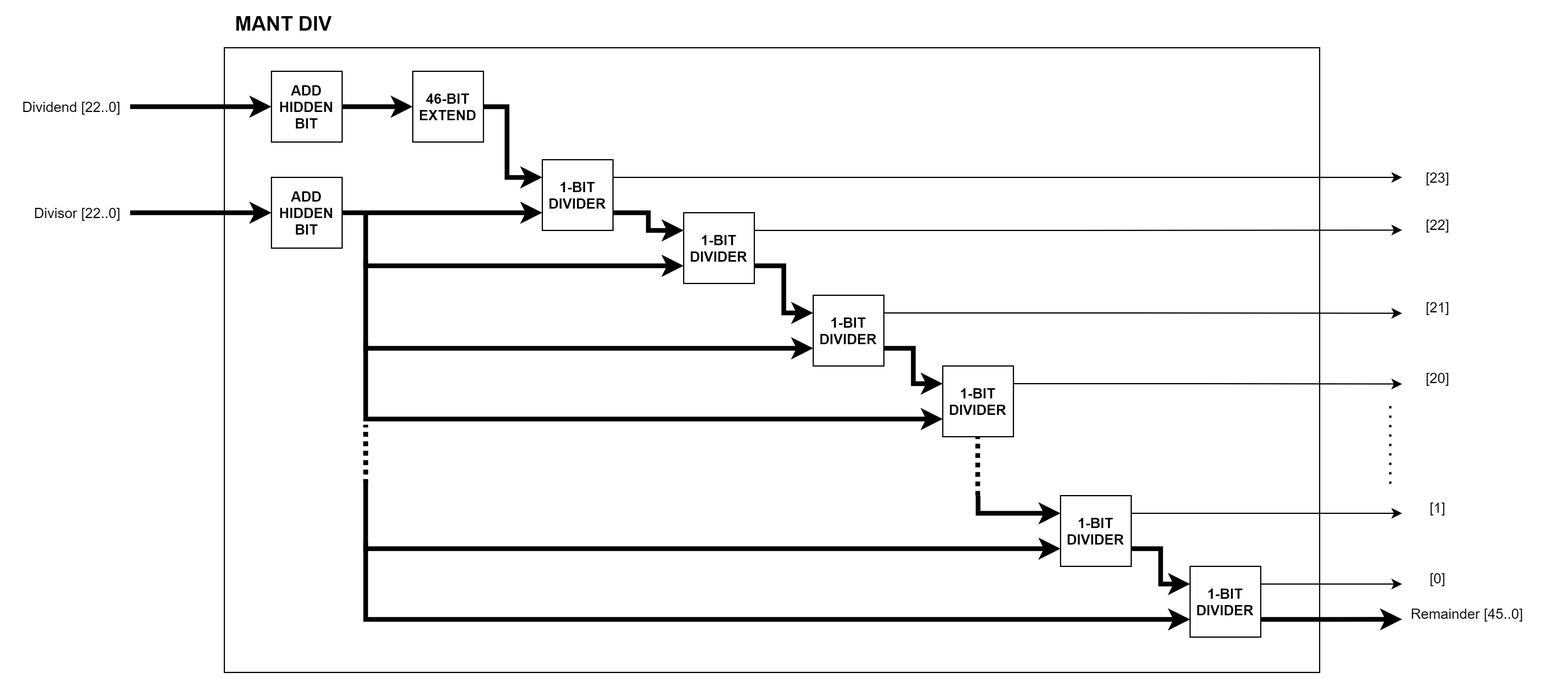
Earlier version of the draw.io export Diagrams/PNG_Format/FP_Unit/Floating-point-Mant Div.drawio.png (hohaicongthuan/Project-2). Source tidied: cells renumbered, new cells last; positions are measured from the earlier drawing's top-left corner, leaving out a move shared by most shapes.
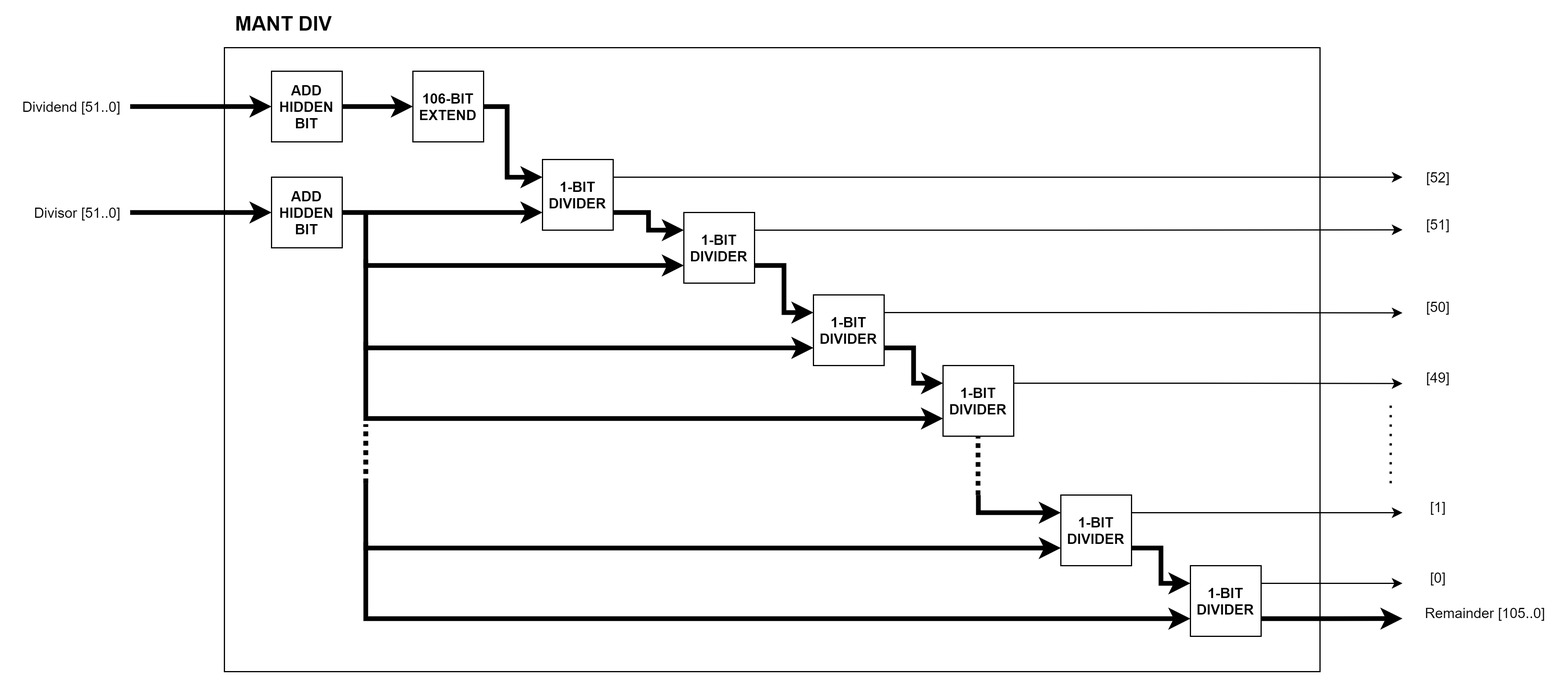
Above is the later version.

Diff of the diagram source:
```diff
@@ -10,7 +10,7 @@
         <mxPoint x="100" y="80" as="sourcePoint" />
       </mxGeometry>
     </mxCell>
-    <mxCell id="4" value="Dividend [22..0]" style="text;html=1;align=center;verticalAlign=middle;strokeColor=none;fillColor=none;" parent="1" vertex="1">
+    <mxCell id="4" value="Dividend [51..0]" style="text;html=1;align=center;verticalAlign=middle;strokeColor=none;fillColor=none;" parent="1" vertex="1">
       <mxGeometry y="70" width="100" height="20" as="geometry" />
     </mxCell>
     <mxCell id="5" style="endArrow=classic;html=1;rounded=0;strokeWidth=4;edgeStyle=orthogonalEdgeStyle;entryX=0;entryY=0.5;entryDx=0;entryDy=0;" parent="1" edge="1" target="10">
@@ -18,7 +18,7 @@
         <mxPoint x="100" y="170" as="sourcePoint" />
       </mxGeometry>
     </mxCell>
-    <mxCell id="6" value="Divisor [22..0]" style="text;html=1;align=center;verticalAlign=middle;strokeColor=none;fillColor=none;" parent="1" vertex="1">
+    <mxCell id="6" value="Divisor [51..0]" style="text;html=1;align=center;verticalAlign=middle;strokeColor=none;fillColor=none;" parent="1" vertex="1">
       <mxGeometry x="10" y="160" width="90" height="20" as="geometry" />
     </mxCell>
     <mxCell id="7" style="edgeStyle=orthogonalEdgeStyle;rounded=0;jettySize=auto;html=1;strokeWidth=4;" parent="1" edge="1" source="8" target="12">
@@ -41,7 +41,7 @@
         </Array>
       </mxGeometry>
     </mxCell>
-    <mxCell id="12" value="&lt;b&gt;46-BIT EXTEND&lt;/b&gt;" style="rounded=0;whiteSpace=wrap;html=1;fillColor=#FFFFFF;" parent="1" vertex="1">
+    <mxCell id="12" value="&lt;b&gt;106-BIT EXTEND&lt;/b&gt;" style="rounded=0;whiteSpace=wrap;html=1;fillColor=#FFFFFF;" parent="1" vertex="1">
       <mxGeometry x="340" y="50" width="60" height="60" as="geometry" />
     </mxCell>
     <mxCell id="13" style="edgeStyle=orthogonalEdgeStyle;rounded=0;jettySize=auto;html=1;exitX=1;exitY=0.25;exitDx=0;exitDy=0;strokeWidth=1;" parent="1" edge="1" source="15">
@@ -189,16 +189,16 @@
         <mxPoint x="1170" y="330" as="targetPoint" />
       </mxGeometry>
     </mxCell>
-    <mxCell id="40" value="[23]" style="text;html=1;align=center;verticalAlign=middle;strokeColor=none;fillColor=none;" parent="1" vertex="1">
+    <mxCell id="40" value="[52]" style="text;html=1;align=center;verticalAlign=middle;strokeColor=none;fillColor=none;" parent="1" vertex="1">
       <mxGeometry x="1190" y="130" width="40" height="20" as="geometry" />
     </mxCell>
-    <mxCell id="41" value="[22]" style="text;html=1;align=center;verticalAlign=middle;strokeColor=none;fillColor=none;" parent="1" vertex="1">
+    <mxCell id="41" value="[51]" style="text;html=1;align=center;verticalAlign=middle;strokeColor=none;fillColor=none;" parent="1" vertex="1">
       <mxGeometry x="1190" y="170" width="40" height="20" as="geometry" />
     </mxCell>
-    <mxCell id="42" value="[21]" style="text;html=1;align=center;verticalAlign=middle;strokeColor=none;fillColor=none;" parent="1" vertex="1">
+    <mxCell id="42" value="[50]" style="text;html=1;align=center;verticalAlign=middle;strokeColor=none;fillColor=none;" parent="1" vertex="1">
       <mxGeometry x="1190" y="240" width="40" height="20" as="geometry" />
     </mxCell>
-    <mxCell id="43" value="[20]" style="text;html=1;align=center;verticalAlign=middle;strokeColor=none;fillColor=none;" parent="1" vertex="1">
+    <mxCell id="43" value="[49]" style="text;html=1;align=center;verticalAlign=middle;strokeColor=none;fillColor=none;" parent="1" vertex="1">
       <mxGeometry x="1190" y="300" width="40" height="20" as="geometry" />
     </mxCell>
     <mxCell id="44" value="[1]" style="text;html=1;align=center;verticalAlign=middle;strokeColor=none;fillColor=none;" parent="1" vertex="1">
@@ -207,8 +207,8 @@
     <mxCell id="45" value="[0]" style="text;html=1;align=center;verticalAlign=middle;strokeColor=none;fillColor=none;" parent="1" vertex="1">
       <mxGeometry x="1195" y="470" width="30" height="20" as="geometry" />
     </mxCell>
-    <mxCell id="46" value="Remainder [45..0]" style="text;html=1;align=center;verticalAlign=middle;strokeColor=none;fillColor=none;" parent="1" vertex="1">
-      <mxGeometry x="1180" y="500" width="110" height="20" as="geometry" />
+    <mxCell id="46" value="Remainder [105..0]" style="text;html=1;align=center;verticalAlign=middle;strokeColor=none;fillColor=none;" parent="1" vertex="1">
+      <mxGeometry x="1190" y="500" width="120" height="20" as="geometry" />
     </mxCell>
     <mxCell id="47" value="&lt;b&gt;&lt;font style=&quot;font-size: 17px&quot;&gt;MANT DIV&lt;/font&gt;&lt;/b&gt;" style="text;html=1;align=center;verticalAlign=middle;strokeColor=none;fillColor=none;" parent="1" vertex="1">
       <mxGeometry x="180" width="100" height="20" as="geometry" />
```
